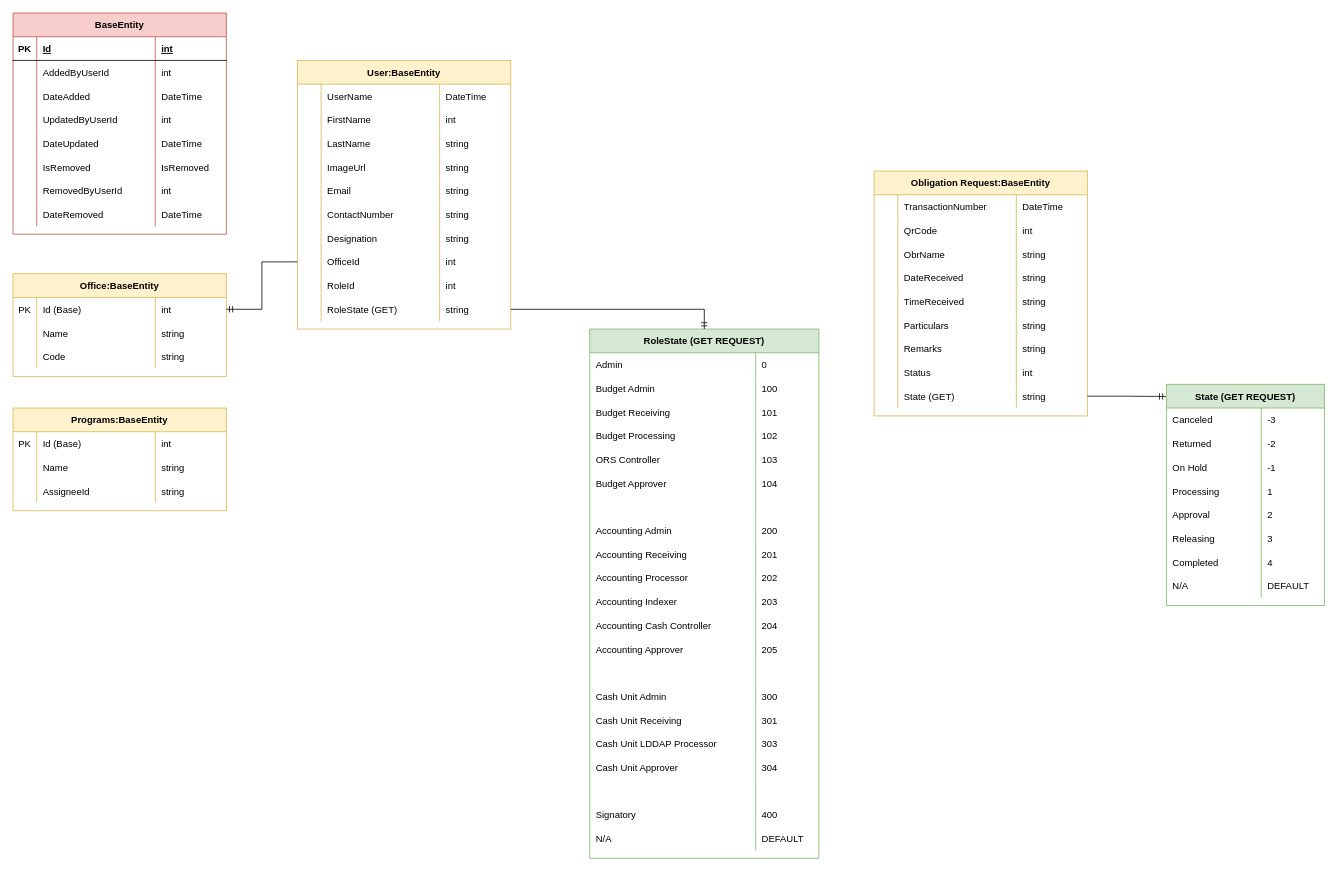
genebit/draw.io-diagrams keeps this draw.io diagram as TrackingSystem.drawio. Above is the earlier version. Source tidied: cells renumbered, new cells numbered last; positions are measured from the earlier drawing's top-left corner, leaving out a move shared by most shapes. Both pictures are drawn from the tidied source at 79%, with x=0, y=0 at pixel (13, 13).
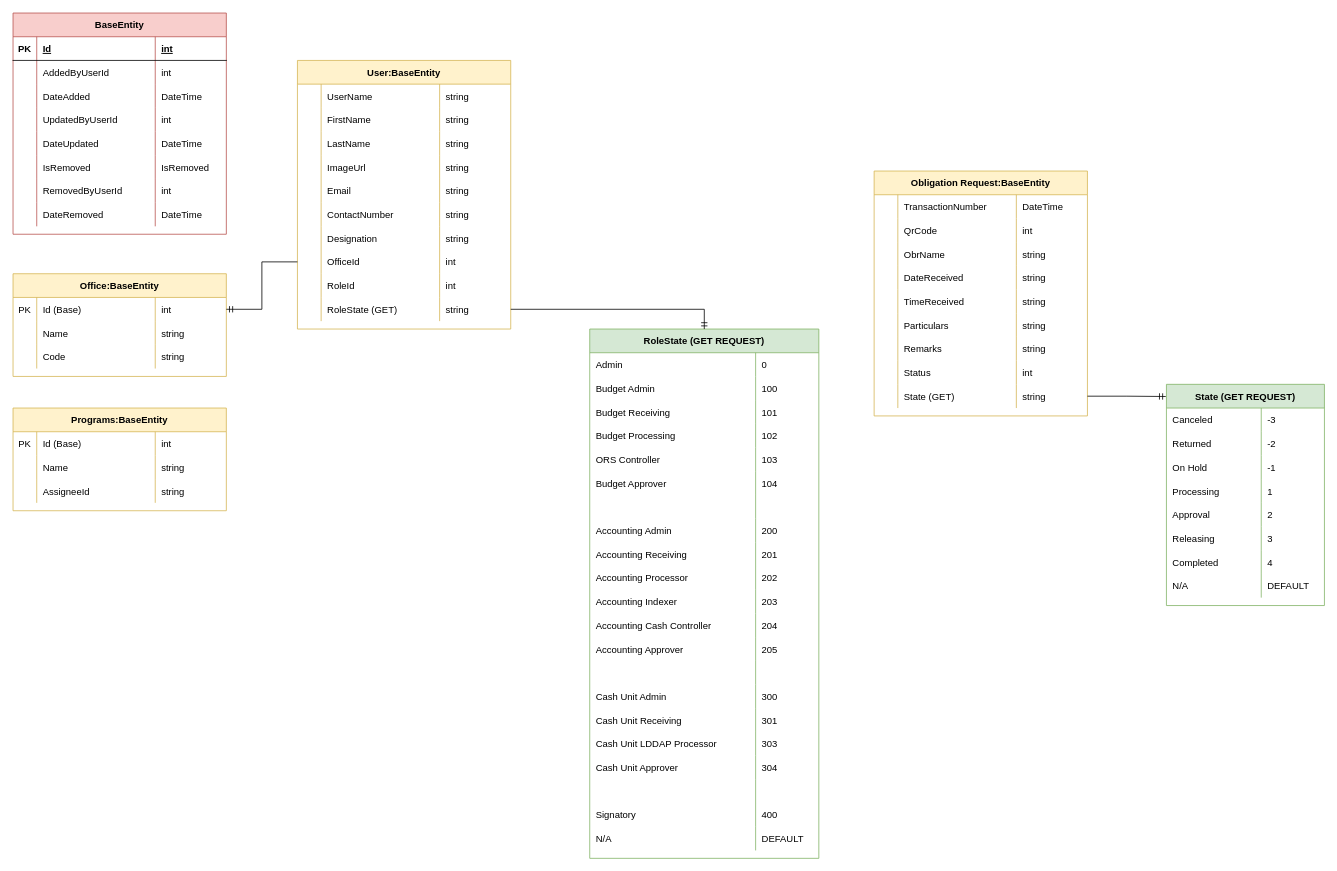
After the change.

The change refers to these unchanged cells:
```xml
<mxCell id="36" style="shape=tableRow;horizontal=0;startSize=0;swimlaneHead=0;swimlaneBody=0;fillColor=none;top=0;left=0;right=0;bottom=0;" parent="35" vertex="1">
  <mxGeometry y="30" width="270" height="30" as="geometry" />
</mxCell>
<mxCell id="40" style="shape=tableRow;horizontal=0;startSize=0;swimlaneHead=0;swimlaneBody=0;fillColor=none;top=0;left=0;right=0;bottom=0;" parent="35" vertex="1">
  <mxGeometry y="60" width="270" height="30" as="geometry" />
</mxCell>
```

What changed in the source:
```diff
@@
-    <mxCell id="39" value="DateTime" style="shape=partialRectangle;fillColor=none;top=0;left=0;bottom=0;right=0;align=left;spacingLeft=6;overflow=hidden;" parent="36" vertex="1">
+    <mxCell id="39" value="string" style="shape=partialRectangle;fillColor=none;top=0;left=0;bottom=0;right=0;align=left;spacingLeft=6;overflow=hidden;" parent="36" vertex="1">
       <mxGeometry x="180" width="90" height="30" as="geometry" />
     </mxCell>
@@
-    <mxCell id="43" value="int" style="shape=partialRectangle;fillColor=none;top=0;left=0;bottom=0;right=0;align=left;spacingLeft=6;overflow=hidden;" parent="40" vertex="1">
+    <mxCell id="43" value="string" style="shape=partialRectangle;fillColor=none;top=0;left=0;bottom=0;right=0;align=left;spacingLeft=6;overflow=hidden;" parent="40" vertex="1">
       <mxGeometry x="180" width="90" height="30" as="geometry" />
     </mxCell>
```
